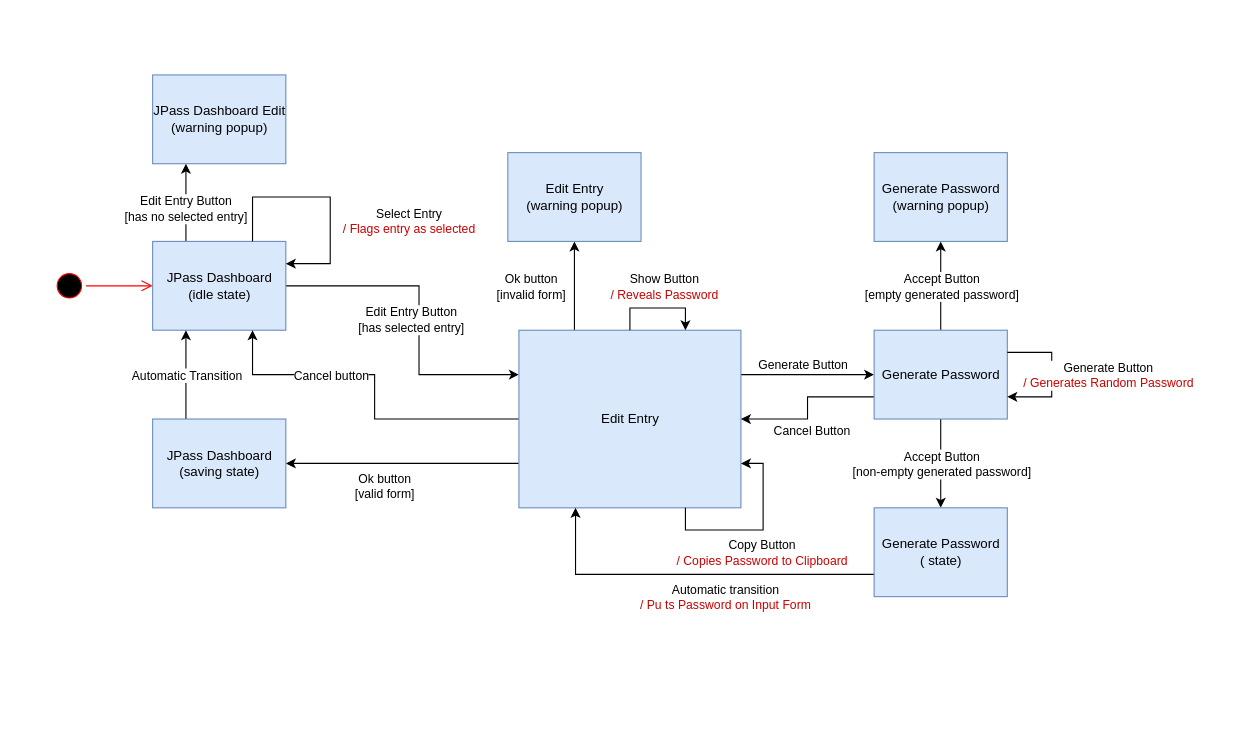
Telmooo/jpass keeps this draw.io diagram as qf-test/EditEntry.drawio. Above is the earlier version. Source tidied: cells renumbered, new cells numbered last; positions are measured from the earlier drawing's top-left corner, leaving out a move shared by most shapes. Both pictures are drawn from the tidied source at 111%, with x=0, y=0 at pixel (52, 74).
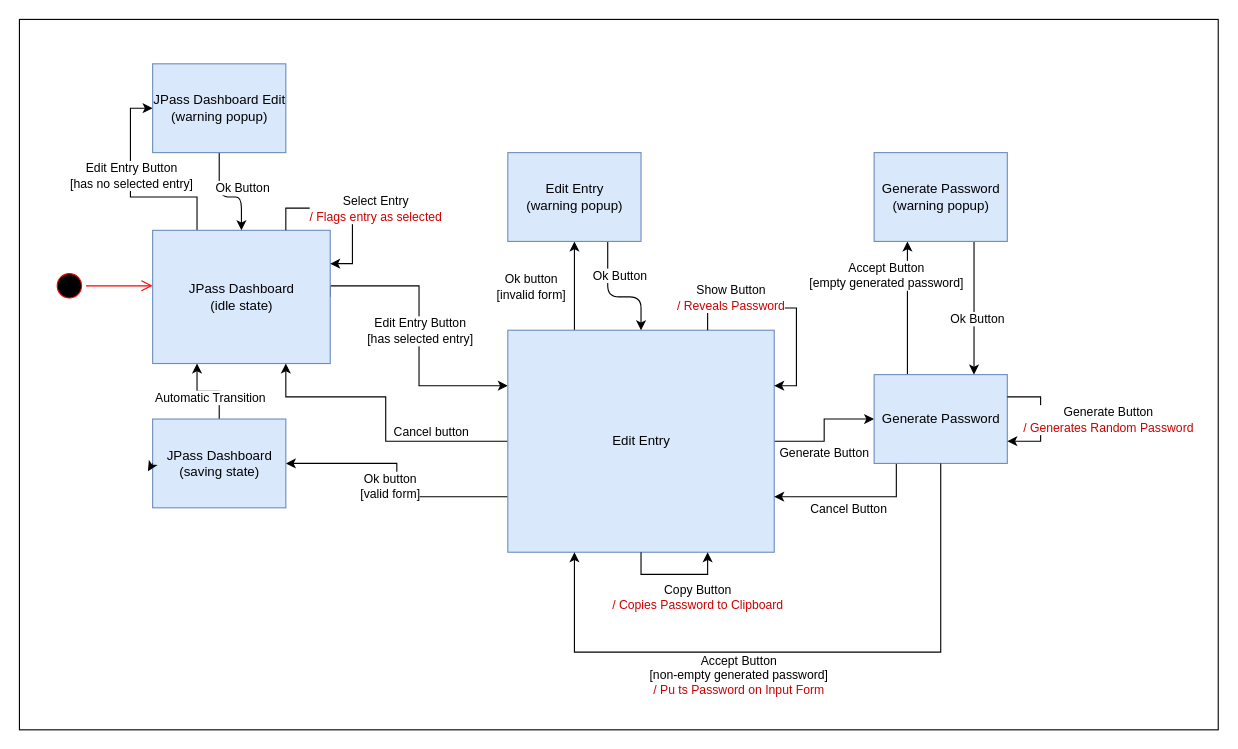
After the change.

Commit message (it also covers changes not shown here):
Added missing transitions

Unchanged cells that the change refers to:
```xml
<mxCell id="25" value="JPass Dashboard&lt;br&gt;(saving state)" style="html=1;fillColor=#dae8fc;strokeColor=#6c8ebf;" parent="1" vertex="1">
  <mxGeometry x="90" y="310" width="120" height="80" as="geometry" />
</mxCell>
<mxCell id="26" value="Generate Password&lt;br&gt;(warning popup)" style="html=1;fillColor=#dae8fc;strokeColor=#6c8ebf;" parent="1" vertex="1">
  <mxGeometry x="740" y="70" width="120" height="80" as="geometry" />
</mxCell>
<mxCell id="27" value="Edit Entry&lt;br&gt;(warning popup)" style="html=1;fillColor=#dae8fc;strokeColor=#6c8ebf;" parent="1" vertex="1">
  <mxGeometry x="410" y="70" width="120" height="80" as="geometry" />
</mxCell>
```

The edit, as a diff of the source:
```diff
@@
+    <mxCell id="43" style="rounded=0;whiteSpace=wrap;html=1;" parent="1" vertex="1">
+      <mxGeometry x="-30" y="-50" width="1080" height="640" as="geometry" />
+    </mxCell>
     <mxCell id="2" style="edgeStyle=orthogonalEdgeStyle;rounded=0;jettySize=auto;html=1;exitX=1;exitY=0.5;exitDx=0;exitDy=0;entryX=0;entryY=0.25;entryDx=0;entryDy=0;" parent="1" edge="1" source="6" target="14">
       <mxGeometry relative="1" as="geometry">
         <Array as="points">
+          <mxPoint x="250" y="190" />
           <mxPoint x="330" y="190" />
-          <mxPoint x="330" y="270" />
+          <mxPoint x="330" y="280" />
         </Array>
       </mxGeometry>
     </mxCell>
     <mxCell id="3" value="Edit Entry Button&lt;br&gt;[has selected entry]" style="edgeLabel;html=1;align=center;verticalAlign=middle;" parent="2" vertex="1">
       <mxGeometry x="-0.23" y="-3" relative="1" as="geometry">
-        <mxPoint y="27" as="offset" />
+        <mxPoint x="3" y="30" as="offset" />
       </mxGeometry>
     </mxCell>
-    <mxCell id="4" style="edgeStyle=orthogonalEdgeStyle;rounded=0;jettySize=auto;html=1;exitX=0.25;exitY=0;exitDx=0;exitDy=0;entryX=0.25;entryY=1;entryDx=0;entryDy=0;fontColor=#CC0000;" parent="1" edge="1" source="6" target="40">
-      <mxGeometry relative="1" as="geometry" />
+    <mxCell id="4" style="edgeStyle=orthogonalEdgeStyle;rounded=0;jettySize=auto;html=1;exitX=0.25;exitY=0;exitDx=0;exitDy=0;entryX=0;entryY=0.5;entryDx=0;entryDy=0;fontColor=#CC0000;" parent="1" edge="1" source="6" target="40">
+      <mxGeometry relative="1" as="geometry">
+        <Array as="points">
+          <mxPoint x="130" y="110" />
+          <mxPoint x="70" y="110" />
+          <mxPoint x="70" y="30" />
+        </Array>
+      </mxGeometry>
     </mxCell>
     <mxCell id="5" value="&lt;span style=&quot;color: rgb(0, 0, 0);&quot;&gt;Edit Entry Button&lt;/span&gt;&lt;br style=&quot;color: rgb(0, 0, 0);&quot;&gt;&lt;span style=&quot;color: rgb(0, 0, 0);&quot;&gt;[has no selected entry]&lt;/span&gt;" style="edgeLabel;html=1;align=center;verticalAlign=middle;fontColor=#CC0000;" parent="4" vertex="1">
       <mxGeometry x="0.17" y="1" relative="1" as="geometry">
-        <mxPoint y="11" as="offset" />
+        <mxPoint x="1" y="1" as="offset" />
       </mxGeometry>
     </mxCell>
     <mxCell id="6" value="JPass Dashboard&lt;br&gt;(idle state)" style="html=1;fillColor=#dae8fc;strokeColor=#6c8ebf;" parent="1" vertex="1">
-      <mxGeometry x="90" y="150" width="120" height="80" as="geometry" />
+      <mxGeometry x="90" y="140" width="160" height="120" as="geometry" />
     </mxCell>
@@
-    <mxCell id="10" style="edgeStyle=orthogonalEdgeStyle;rounded=0;jettySize=auto;html=1;exitX=1;exitY=0.25;exitDx=0;exitDy=0;" parent="1" edge="1" source="14">
-      <mxGeometry relative="1" as="geometry">
-        <mxPoint x="740" y="270" as="targetPoint" />
-      </mxGeometry>
+    <mxCell id="10" style="edgeStyle=orthogonalEdgeStyle;rounded=0;jettySize=auto;html=1;entryX=0;entryY=0.5;entryDx=0;entryDy=0;" parent="1" edge="1" source="14" target="21">
+      <mxGeometry relative="1" as="geometry" />
     </mxCell>
     <mxCell id="11" value="Generate Button" style="edgeLabel;html=1;align=center;verticalAlign=middle;" parent="10" vertex="1">
       <mxGeometry x="-0.22" y="-1" relative="1" as="geometry">
-        <mxPoint x="8" y="-11" as="offset" />
+        <mxPoint x="1" y="9" as="offset" />
       </mxGeometry>
     </mxCell>
     <mxCell id="12" style="edgeStyle=orthogonalEdgeStyle;rounded=0;jettySize=auto;html=1;exitX=0;exitY=0.5;exitDx=0;exitDy=0;entryX=0.75;entryY=1;entryDx=0;entryDy=0;" parent="1" edge="1" source="14" target="6">
       <mxGeometry relative="1" as="geometry">
         <Array as="points">
-          <mxPoint x="290" y="310" />
-          <mxPoint x="290" y="270" />
-          <mxPoint x="180" y="270" />
+          <mxPoint x="300" y="330" />
+          <mxPoint x="300" y="290" />
+          <mxPoint x="210" y="290" />
         </Array>
       </mxGeometry>
     </mxCell>
     <mxCell id="13" value="Cancel button" style="edgeLabel;html=1;align=center;verticalAlign=middle;" parent="12" vertex="1">
       <mxGeometry x="-0.02" relative="1" as="geometry">
-        <mxPoint x="-40" y="-13" as="offset" />
+        <mxPoint x="40" y="13" as="offset" />
       </mxGeometry>
     </mxCell>
     <mxCell id="14" value="Edit Entry" style="html=1;fillColor=#dae8fc;strokeColor=#6c8ebf;" parent="1" vertex="1">
-      <mxGeometry x="420" y="230" width="200" height="160" as="geometry" />
+      <mxGeometry x="410" y="230" width="240" height="200" as="geometry" />
     </mxCell>
-    <mxCell id="15" style="edgeStyle=orthogonalEdgeStyle;rounded=0;jettySize=auto;html=1;exitX=0.5;exitY=0;exitDx=0;exitDy=0;entryX=0.5;entryY=1;entryDx=0;entryDy=0;" parent="1" edge="1" source="21" target="26">
+    <mxCell id="15" style="edgeStyle=orthogonalEdgeStyle;rounded=0;jettySize=auto;html=1;exitX=0.25;exitY=0;exitDx=0;exitDy=0;entryX=0.25;entryY=1;entryDx=0;entryDy=0;" parent="1" edge="1" source="21" target="26">
       <mxGeometry relative="1" as="geometry" />
     </mxCell>
     <mxCell id="16" value="Accept Button&lt;br&gt;[empty generated password]" style="edgeLabel;html=1;align=center;verticalAlign=middle;" parent="15" vertex="1">
       <mxGeometry x="0.23" relative="1" as="geometry">
-        <mxPoint y="9" as="offset" />
+        <mxPoint x="-20" y="-16" as="offset" />
       </mxGeometry>
     </mxCell>
-    <mxCell id="17" style="edgeStyle=orthogonalEdgeStyle;rounded=0;jettySize=auto;html=1;exitX=0.5;exitY=1;exitDx=0;exitDy=0;entryX=0.5;entryY=0;entryDx=0;entryDy=0;" parent="1" edge="1" source="21" target="30">
-      <mxGeometry relative="1" as="geometry" />
-    </mxCell>
-    <mxCell id="18" value="Accept Button&lt;br&gt;[non-empty generated password]" style="edgeLabel;html=1;align=center;verticalAlign=middle;" parent="17" vertex="1">
-      <mxGeometry x="-0.21" y="-1" relative="1" as="geometry">
-        <mxPoint x="1" y="8" as="offset" />
-      </mxGeometry>
-    </mxCell>
-    <mxCell id="19" style="edgeStyle=orthogonalEdgeStyle;rounded=0;jettySize=auto;html=1;exitX=0;exitY=0.75;exitDx=0;exitDy=0;entryX=1;entryY=0.5;entryDx=0;entryDy=0;" parent="1" edge="1" source="21" target="14">
+    <mxCell id="19" style="edgeStyle=orthogonalEdgeStyle;rounded=0;jettySize=auto;html=1;exitX=0.25;exitY=1;exitDx=0;exitDy=0;entryX=1;entryY=0.75;entryDx=0;entryDy=0;" parent="1" edge="1" source="21" target="14">
       <mxGeometry relative="1" as="geometry">
         <Array as="points">
-          <mxPoint x="680" y="290" />
-          <mxPoint x="680" y="310" />
+          <mxPoint x="760" y="380" />
         </Array>
       </mxGeometry>
     </mxCell>
@@
     <mxCell id="21" value="Generate Password" style="html=1;fillColor=#dae8fc;strokeColor=#6c8ebf;" parent="1" vertex="1">
-      <mxGeometry x="740" y="230" width="120" height="80" as="geometry" />
+      <mxGeometry x="740" y="270" width="120" height="80" as="geometry" />
     </mxCell>
-    <mxCell id="22" style="edgeStyle=orthogonalEdgeStyle;rounded=0;jettySize=auto;html=1;exitX=0.25;exitY=0;exitDx=0;exitDy=0;entryX=0.25;entryY=1;entryDx=0;entryDy=0;" parent="1" edge="1" source="25" target="6">
+    <mxCell id="22" style="edgeStyle=orthogonalEdgeStyle;rounded=0;jettySize=auto;html=1;exitX=0.5;exitY=0;exitDx=0;exitDy=0;entryX=0.25;entryY=1;entryDx=0;entryDy=0;" parent="1" edge="1" source="25" target="6">
       <mxGeometry relative="1" as="geometry" />
     </mxCell>
@@
     <mxCell id="24" value="Automatic Transition" style="edgeLabel;html=1;align=center;verticalAlign=middle;" parent="22" vertex="1">
       <mxGeometry x="-0.22" relative="1" as="geometry">
-        <mxPoint y="-9" as="offset" />
+        <mxPoint x="-7" y="5" as="offset" />
       </mxGeometry>
     </mxCell>
@@
+    <mxCell id="44" style="edgeStyle=none;html=1;exitX=0.75;exitY=1;exitDx=0;exitDy=0;entryX=0.75;entryY=0;entryDx=0;entryDy=0;" parent="1" edge="1" source="26" target="21">
+      <mxGeometry relative="1" as="geometry" />
+    </mxCell>
+    <mxCell id="45" value="Ok Button" style="edgeLabel;html=1;align=center;verticalAlign=middle;" parent="44" vertex="1">
+      <mxGeometry x="-0.11" y="2" relative="1" as="geometry">
+        <mxPoint y="16" as="offset" />
+      </mxGeometry>
+    </mxCell>
@@
+    <mxCell id="46" style="edgeStyle=none;html=1;exitX=0.75;exitY=1;exitDx=0;exitDy=0;entryX=0.5;entryY=0;entryDx=0;entryDy=0;" parent="1" edge="1" source="27" target="14">
+      <mxGeometry relative="1" as="geometry">
+        <Array as="points">
+          <mxPoint x="500" y="200" />
+          <mxPoint x="530" y="200" />
+        </Array>
+      </mxGeometry>
+    </mxCell>
+    <mxCell id="47" value="Ok Button" style="edgeLabel;html=1;align=center;verticalAlign=middle;" parent="46" vertex="1">
+      <mxGeometry x="-0.3" relative="1" as="geometry">
+        <mxPoint x="10" y="-9" as="offset" />
+      </mxGeometry>
+    </mxCell>
@@
-    <mxCell id="28" style="edgeStyle=orthogonalEdgeStyle;rounded=0;jettySize=auto;html=1;exitX=0;exitY=0.75;exitDx=0;exitDy=0;entryX=0.25;entryY=1;entryDx=0;entryDy=0;" parent="1" edge="1" source="30">
+    <mxCell id="28" style="edgeStyle=orthogonalEdgeStyle;rounded=0;jettySize=auto;html=1;exitX=0.5;exitY=1;exitDx=0;exitDy=0;entryX=0.25;entryY=1;entryDx=0;entryDy=0;" parent="1" edge="1" source="21" target="14">
       <mxGeometry relative="1" as="geometry">
-        <mxPoint x="471" y="390" as="targetPoint" />
         <Array as="points">
-          <mxPoint x="471" y="450" />
+          <mxPoint x="800" y="520" />
+          <mxPoint x="470" y="520" />
         </Array>
       </mxGeometry>
     </mxCell>
-    <mxCell id="29" value="Automatic transition&lt;br&gt;&lt;font color=&quot;#cc0000&quot;&gt;/ Pu ts Password on Input Form&lt;/font&gt;" style="edgeLabel;html=1;align=center;verticalAlign=middle;" parent="28" vertex="1">
+    <mxCell id="29" value="Accept Button&lt;br&gt;[non-empty generated password]&lt;br&gt;&lt;font color=&quot;#cc0000&quot;&gt;/ Pu ts Password on Input Form&lt;/font&gt;" style="edgeLabel;html=1;align=center;verticalAlign=middle;" parent="28" vertex="1">
       <mxGeometry x="-0.16" relative="1" as="geometry">
-        <mxPoint x="3" y="20" as="offset" />
+        <mxPoint x="-105" y="20" as="offset" />
       </mxGeometry>
     </mxCell>
-    <mxCell id="30" value="Generate Password&lt;br&gt;( state)" style="html=1;fillColor=#dae8fc;strokeColor=#6c8ebf;" parent="1" vertex="1">
-      <mxGeometry x="740" y="390" width="120" height="80" as="geometry" />
-    </mxCell>
@@
     <mxCell id="32" style="edgeStyle=orthogonalEdgeStyle;rounded=0;orthogonalLoop=1;jettySize=auto;html=1;exitX=1;exitY=0.25;exitDx=0;exitDy=0;entryX=1;entryY=0.75;entryDx=0;entryDy=0;" parent="1" edge="1" source="21" target="21">
       <mxGeometry relative="1" as="geometry">
         <Array as="points">
-          <mxPoint x="900" y="250" />
-          <mxPoint x="900" y="290" />
+          <mxPoint x="890" y="290" />
+          <mxPoint x="890" y="330" />
         </Array>
       </mxGeometry>
     </mxCell>
     <mxCell id="33" value="Generate Button&lt;br&gt;&lt;font color=&quot;#cc0000&quot;&gt;/ Generates Random Password&lt;/font&gt;" style="edgeLabel;html=1;align=center;verticalAlign=middle;" parent="32" vertex="1">
       <mxGeometry x="-0.19" y="-1" relative="1" as="geometry">
-        <mxPoint x="51" y="11" as="offset" />
+        <mxPoint x="61" y="9" as="offset" />
       </mxGeometry>
     </mxCell>
-    <mxCell id="34" style="edgeStyle=orthogonalEdgeStyle;rounded=0;orthogonalLoop=1;jettySize=auto;html=1;exitX=0.75;exitY=1;exitDx=0;exitDy=0;entryX=1;entryY=0.75;entryDx=0;entryDy=0;" parent="1" edge="1" source="14" target="14">
+    <mxCell id="34" style="edgeStyle=orthogonalEdgeStyle;rounded=0;orthogonalLoop=1;jettySize=auto;html=1;exitX=0.5;exitY=1;exitDx=0;exitDy=0;entryX=0.75;entryY=1;entryDx=0;entryDy=0;" parent="1" edge="1" source="14" target="14">
       <mxGeometry relative="1" as="geometry" />
     </mxCell>
     <mxCell id="35" value="Copy Button&lt;br&gt;&lt;font color=&quot;#cc0000&quot;&gt;/ Copies Password to Clipboard&lt;/font&gt;" style="edgeLabel;html=1;align=center;verticalAlign=middle;" parent="34" vertex="1">
       <mxGeometry x="-0.19" y="-1" relative="1" as="geometry">
-        <mxPoint x="19" y="19" as="offset" />
+        <mxPoint x="29" y="19" as="offset" />
       </mxGeometry>
     </mxCell>
-    <mxCell id="36" style="edgeStyle=orthogonalEdgeStyle;rounded=0;orthogonalLoop=1;jettySize=auto;html=1;exitX=0.5;exitY=0;exitDx=0;exitDy=0;entryX=0.75;entryY=0;entryDx=0;entryDy=0;" parent="1" edge="1" source="14" target="14">
+    <mxCell id="36" style="edgeStyle=orthogonalEdgeStyle;rounded=0;orthogonalLoop=1;jettySize=auto;html=1;exitX=0.75;exitY=0;exitDx=0;exitDy=0;entryX=1;entryY=0.25;entryDx=0;entryDy=0;" parent="1" edge="1" source="14" target="14">
       <mxGeometry relative="1" as="geometry">
         <Array as="points">
-          <mxPoint x="520" y="210" />
-          <mxPoint x="570" y="210" />
+          <mxPoint x="590" y="210" />
+          <mxPoint x="670" y="210" />
+          <mxPoint x="670" y="280" />
         </Array>
       </mxGeometry>
     </mxCell>
     <mxCell id="37" value="Show Button&lt;br&gt;&lt;font color=&quot;#cc0000&quot;&gt;/ Reveals Password&lt;/font&gt;" style="edgeLabel;html=1;align=center;verticalAlign=middle;" parent="36" vertex="1">
       <mxGeometry y="1" relative="1" as="geometry">
-        <mxPoint x="5" y="-19" as="offset" />
+        <mxPoint x="-55" y="-9" as="offset" />
       </mxGeometry>
     </mxCell>
@@
+    <mxCell id="48" style="edgeStyle=none;html=1;exitX=0.5;exitY=1;exitDx=0;exitDy=0;entryX=0.5;entryY=0;entryDx=0;entryDy=0;" parent="1" edge="1" source="40" target="6">
+      <mxGeometry relative="1" as="geometry">
+        <Array as="points">
+          <mxPoint x="150" y="110" />
+          <mxPoint x="170" y="110" />
+        </Array>
+      </mxGeometry>
+    </mxCell>
+    <mxCell id="49" value="Ok Button" style="edgeLabel;html=1;align=center;verticalAlign=middle;" parent="48" vertex="1">
+      <mxGeometry x="-0.21" y="3" relative="1" as="geometry">
+        <mxPoint x="17" y="-5" as="offset" />
+      </mxGeometry>
+    </mxCell>
     <mxCell id="40" value="JPass Dashboard Edit&lt;br&gt;(warning popup)" style="html=1;fillColor=#dae8fc;strokeColor=#6c8ebf;" parent="1" vertex="1">
-      <mxGeometry x="90" width="120" height="80" as="geometry" />
+      <mxGeometry x="90" y="-10" width="120" height="80" as="geometry" />
     </mxCell>
     <mxCell id="41" style="edgeStyle=orthogonalEdgeStyle;rounded=0;orthogonalLoop=1;jettySize=auto;html=1;exitX=0.75;exitY=0;exitDx=0;exitDy=0;entryX=1;entryY=0.25;entryDx=0;entryDy=0;fontColor=#CC0000;" parent="1" edge="1" source="6" target="6">
       <mxGeometry relative="1" as="geometry">
         <Array as="points">
-          <mxPoint x="180" y="110" />
-          <mxPoint x="250" y="110" />
-          <mxPoint x="250" y="170" />
+          <mxPoint x="210" y="120" />
+          <mxPoint x="270" y="120" />
+          <mxPoint x="270" y="170" />
         </Array>
       </mxGeometry>
     </mxCell>
     <mxCell id="42" value="&lt;font color=&quot;#000000&quot;&gt;Select Entry&lt;/font&gt;&lt;br&gt;&lt;font color=&quot;#cc0000&quot;&gt;/ Flags entry as selected&lt;/font&gt;" style="edgeLabel;html=1;align=center;verticalAlign=middle;fontColor=#330000;" parent="41" vertex="1">
       <mxGeometry x="0.12" y="-1" relative="1" as="geometry">
-        <mxPoint x="71" y="13" as="offset" />
+        <mxPoint x="21" y="-4" as="offset" />
       </mxGeometry>
     </mxCell>
+    <mxCell id="50" style="edgeStyle=none;html=1;exitX=0;exitY=0.5;exitDx=0;exitDy=0;entryX=-0.035;entryY=0.587;entryDx=0;entryDy=0;entryPerimeter=0;" parent="1" edge="1" source="25" target="25">
+      <mxGeometry relative="1" as="geometry" />
+    </mxCell>
```
